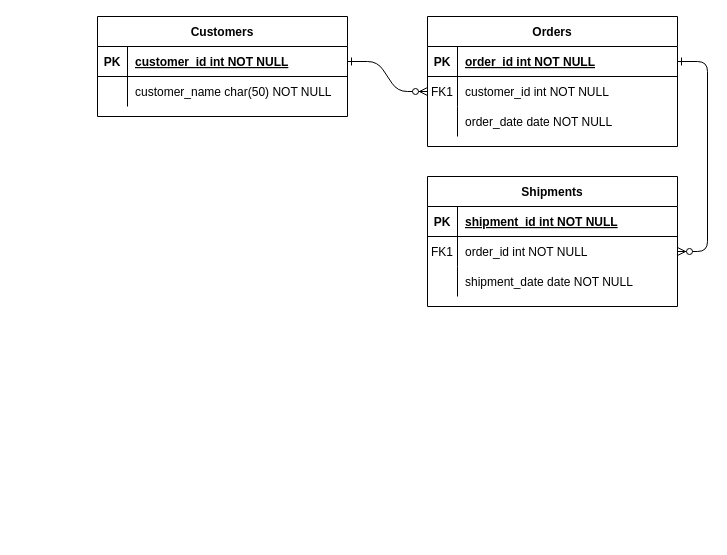
Before: draw.io/Untitled Diagram.drawio in mikaeletha/segundo_periodo_2022, a draw.io diagram. Source tidied: cells renumbered, new cells numbered last; positions are measured from the earlier drawing's top-left corner, leaving out a move shared by most shapes. Both pictures are drawn from the tidied source at 100%, with x=0, y=0 at pixel (97, 16).
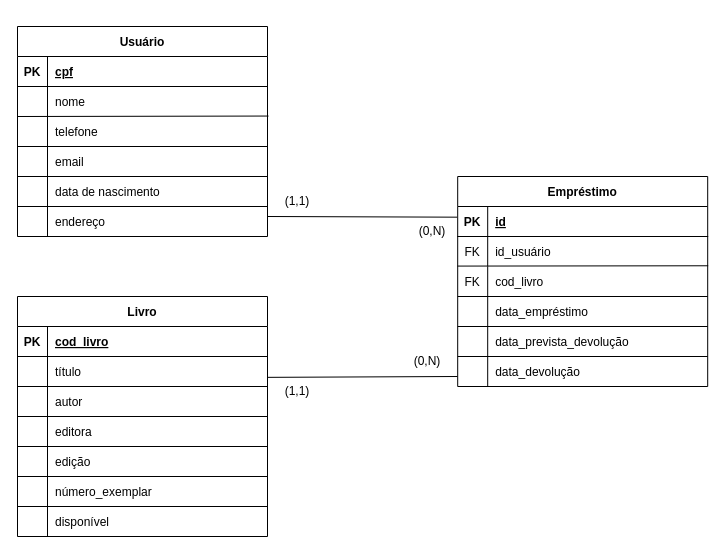
After the change.

The change refers to these unchanged cells:
```xml
<mxCell id="5" style="shape=partialRectangle;fillColor=none;points=[[0,0.5],[1,0.5]];portConstraint=eastwest;top=0;left=0;right=0;bottom=1;" parent="4" vertex="1">
  <mxGeometry y="30" width="250" height="30" as="geometry" />
</mxCell>
<mxCell id="8" style="shape=partialRectangle;fillColor=none;points=[[0,0.5],[1,0.5]];portConstraint=eastwest;top=0;left=0;right=0;bottom=0;" parent="4" vertex="1">
  <mxGeometry y="60" width="250" height="30" as="geometry" />
</mxCell>
<mxCell id="15" style="shape=partialRectangle;fillColor=none;top=0;left=0;right=0;bottom=1;" parent="14" vertex="1">
  <mxGeometry y="30" width="250" height="30" as="geometry" />
</mxCell>
<mxCell id="18" style="shape=partialRectangle;fillColor=none;points=[[0,0.5],[1,0.5]];portConstraint=eastwest;top=0;left=0;right=0;bottom=0;" parent="14" vertex="1">
  <mxGeometry y="60" width="250" height="30" as="geometry" />
</mxCell>
<mxCell id="25" style="shape=partialRectangle;fillColor=none;points=[[0,0.5],[1,0.5]];portConstraint=eastwest;top=0;left=0;right=0;bottom=1;" parent="24" vertex="1">
  <mxGeometry y="30" width="250" height="30" as="geometry" />
</mxCell>
<mxCell id="28" style="shape=partialRectangle;fillColor=none;points=[[0,0.5],[1,0.5]];portConstraint=eastwest;top=0;left=0;right=0;bottom=0;" parent="24" vertex="1">
  <mxGeometry y="60" width="250" height="30" as="geometry" />
</mxCell>
```

Change to the diagram source:
```diff
@@
-    <mxCell id="2" style="edgeStyle=entityRelationEdgeStyle;endArrow=ERzeroToMany;startArrow=ERone;endFill=1;startFill=0;" parent="1" edge="1" source="25" target="8">
-      <mxGeometry relative="1" as="geometry" />
-    </mxCell>
-    <mxCell id="3" style="edgeStyle=entityRelationEdgeStyle;endArrow=ERzeroToMany;startArrow=ERone;endFill=1;startFill=0;" parent="1" edge="1" source="5" target="18">
-      <mxGeometry relative="1" as="geometry" />
-    </mxCell>
-    <mxCell id="4" value="Orders" style="shape=table;startSize=30;childLayout=tableLayout;rowLines=0;fontStyle=1;align=center;" parent="1" vertex="1">
-      <mxGeometry x="330" width="250" height="130" as="geometry" />
+    <mxCell id="4" value="Empréstimo" style="shape=table;startSize=30;childLayout=tableLayout;rowLines=0;fontStyle=1;align=center;" parent="1" vertex="1">
+      <mxGeometry x="360.2" y="160" width="250" height="210" as="geometry" />
     </mxCell>
@@
-    <mxCell id="7" value="order_id int NOT NULL " style="shape=partialRectangle;overflow=hidden;fillColor=none;top=0;left=0;bottom=0;right=0;align=left;spacingLeft=6;fontStyle=5;" parent="5" vertex="1">
+    <mxCell id="7" value="id" style="shape=partialRectangle;overflow=hidden;fillColor=none;top=0;left=0;bottom=0;right=0;align=left;spacingLeft=6;fontStyle=5;" parent="5" vertex="1">
       <mxGeometry x="30" width="220" height="30" as="geometry" />
     </mxCell>
@@
-    <mxCell id="9" value="FK1" style="shape=partialRectangle;overflow=hidden;fillColor=none;top=0;left=0;bottom=0;right=0;" parent="8" vertex="1">
+    <mxCell id="9" value="FK" style="shape=partialRectangle;overflow=hidden;fillColor=none;top=0;left=0;bottom=0;right=0;" parent="8" vertex="1">
       <mxGeometry width="30" height="30" as="geometry" />
     </mxCell>
-    <mxCell id="10" value="customer_id int NOT NULL" style="shape=partialRectangle;overflow=hidden;fillColor=none;top=0;left=0;bottom=0;right=0;align=left;spacingLeft=6;" parent="8" vertex="1">
+    <mxCell id="10" value="id_usuário" style="shape=partialRectangle;overflow=hidden;fillColor=none;top=0;left=0;bottom=0;right=0;align=left;spacingLeft=6;" parent="8" vertex="1">
       <mxGeometry x="30" width="220" height="30" as="geometry" />
     </mxCell>
-    <mxCell id="11" style="shape=partialRectangle;fillColor=none;top=0;left=0;right=0;bottom=0;" parent="4" vertex="1">
-      <mxGeometry y="90" width="250" height="30" as="geometry" />
-    </mxCell>
-    <mxCell id="12" style="shape=partialRectangle;overflow=hidden;fillColor=none;top=0;left=0;bottom=0;right=0;" parent="11" vertex="1">
-      <mxGeometry width="30" height="30" as="geometry" />
-    </mxCell>
-    <mxCell id="13" value="order_date date NOT NULL" style="shape=partialRectangle;overflow=hidden;fillColor=none;top=0;left=0;bottom=0;right=0;align=left;spacingLeft=6;" parent="11" vertex="1">
-      <mxGeometry x="30" width="220" height="30" as="geometry" />
-    </mxCell>
+    <mxCell id="31" style="endArrow=none;html=1;rounded=0;entryX=1.002;entryY=0.976;entryDx=0;entryDy=0;entryPerimeter=0;exitX=-0.001;exitY=0.986;exitDx=0;exitDy=0;exitPerimeter=0;" parent="4" edge="1" source="8" target="8">
+      <mxGeometry relative="1" as="geometry" />
+    </mxCell>
-    <mxCell id="14" value="Shipments" style="shape=table;startSize=30;childLayout=tableLayout;rowLines=0;fontStyle=1;align=center;" parent="1" vertex="1">
-      <mxGeometry x="330" y="160" width="250" height="130" as="geometry" />
+    <mxCell id="14" value="Livro" style="shape=table;startSize=30;childLayout=tableLayout;rowLines=0;fontStyle=1;align=center;" parent="1" vertex="1">
+      <mxGeometry x="-80" y="280" width="250" height="240" as="geometry" />
     </mxCell>
@@
-    <mxCell id="17" value="shipment_id int NOT NULL " style="shape=partialRectangle;overflow=hidden;fillColor=none;top=0;left=0;bottom=0;right=0;align=left;spacingLeft=6;fontStyle=5;" parent="15" vertex="1">
+    <mxCell id="17" value="cod_livro" style="shape=partialRectangle;overflow=hidden;fillColor=none;top=0;left=0;bottom=0;right=0;align=left;spacingLeft=6;fontStyle=5;" parent="15" vertex="1">
       <mxGeometry x="30" width="220" height="30" as="geometry" />
     </mxCell>
@@
-    <mxCell id="19" value="FK1" style="shape=partialRectangle;overflow=hidden;fillColor=none;top=0;left=0;bottom=0;right=0;" parent="18" vertex="1">
+    <mxCell id="19" style="shape=partialRectangle;overflow=hidden;fillColor=none;top=0;left=0;bottom=0;right=0;" parent="18" vertex="1">
       <mxGeometry width="30" height="30" as="geometry" />
     </mxCell>
-    <mxCell id="20" value="order_id int NOT NULL" style="shape=partialRectangle;overflow=hidden;fillColor=none;top=0;left=0;bottom=0;right=0;align=left;spacingLeft=6;" parent="18" vertex="1">
+    <mxCell id="20" value="título" style="shape=partialRectangle;overflow=hidden;fillColor=none;top=0;left=0;bottom=0;right=0;align=left;spacingLeft=6;" parent="18" vertex="1">
       <mxGeometry x="30" width="220" height="30" as="geometry" />
     </mxCell>
-    <mxCell id="21" style="shape=partialRectangle;fillColor=none;top=0;left=0;right=0;bottom=0;" parent="14" vertex="1">
-      <mxGeometry y="90" width="250" height="30" as="geometry" />
-    </mxCell>
-    <mxCell id="22" style="shape=partialRectangle;overflow=hidden;fillColor=none;top=0;left=0;bottom=0;right=0;" parent="21" vertex="1">
-      <mxGeometry width="30" height="30" as="geometry" />
-    </mxCell>
-    <mxCell id="23" value="shipment_date date NOT NULL" style="shape=partialRectangle;overflow=hidden;fillColor=none;top=0;left=0;bottom=0;right=0;align=left;spacingLeft=6;" parent="21" vertex="1">
-      <mxGeometry x="30" width="220" height="30" as="geometry" />
-    </mxCell>
+    <mxCell id="32" style="endArrow=none;html=1;rounded=0;exitX=0;exitY=1;exitDx=0;exitDy=0;exitPerimeter=0;" parent="14" edge="1" source="18">
+      <mxGeometry relative="1" as="geometry">
+        <mxPoint x="250" y="90" as="targetPoint" />
+      </mxGeometry>
+    </mxCell>
-    <mxCell id="24" value="Customers" style="shape=table;startSize=30;childLayout=tableLayout;rowLines=0;fontStyle=1;align=center;" parent="1" vertex="1">
-      <mxGeometry width="250" height="100" as="geometry" />
+    <mxCell id="24" value="Usuário" style="shape=table;startSize=30;childLayout=tableLayout;rowLines=0;fontStyle=1;align=center;" parent="1" vertex="1">
+      <mxGeometry x="-80" y="10" width="250" height="210" as="geometry" />
     </mxCell>
@@
-    <mxCell id="27" value="customer_id int NOT NULL " style="shape=partialRectangle;overflow=hidden;fillColor=none;top=0;left=0;bottom=0;right=0;align=left;spacingLeft=6;fontStyle=5;" parent="25" vertex="1">
+    <mxCell id="27" value="cpf" style="shape=partialRectangle;overflow=hidden;fillColor=none;top=0;left=0;bottom=0;right=0;align=left;spacingLeft=6;fontStyle=5;" parent="25" vertex="1">
       <mxGeometry x="30" width="220" height="30" as="geometry" />
     </mxCell>
@@
-    <mxCell id="30" value="customer_name char(50) NOT NULL" style="shape=partialRectangle;overflow=hidden;fillColor=none;top=0;left=0;bottom=0;right=0;align=left;spacingLeft=6;" parent="28" vertex="1">
+    <mxCell id="30" value="nome" style="shape=partialRectangle;overflow=hidden;fillColor=none;top=0;left=0;bottom=0;right=0;align=left;spacingLeft=6;" parent="28" vertex="1">
       <mxGeometry x="30" width="220" height="30" as="geometry" />
     </mxCell>
+    <mxCell id="33" style="endArrow=none;html=1;rounded=0;entryX=1.004;entryY=0.985;entryDx=0;entryDy=0;entryPerimeter=0;" parent="24" edge="1" target="28">
+      <mxGeometry relative="1" as="geometry">
+        <mxPoint y="90" as="sourcePoint" />
+      </mxGeometry>
+    </mxCell>
+    <mxCell id="34" style="shape=partialRectangle;overflow=hidden;fillColor=none;top=0;left=0;bottom=0;right=0;" parent="1" vertex="1">
+      <mxGeometry x="-80" y="100" width="30" height="30" as="geometry" />
+    </mxCell>
+    <mxCell id="35" value="telefone" style="shape=partialRectangle;overflow=hidden;fillColor=none;top=0;left=0;bottom=0;right=0;align=left;spacingLeft=6;" parent="1" vertex="1">
+      <mxGeometry x="-50" y="100" width="220" height="30" as="geometry" />
+    </mxCell>
+    <mxCell id="36" style="endArrow=none;html=1;rounded=0;" parent="1" edge="1">
+      <mxGeometry relative="1" as="geometry">
+        <mxPoint x="-80" y="130" as="sourcePoint" />
+        <mxPoint x="170" y="130" as="targetPoint" />
+      </mxGeometry>
+    </mxCell>
+    <mxCell id="37" value="email" style="shape=partialRectangle;overflow=hidden;fillColor=none;top=0;left=0;bottom=0;right=0;align=left;spacingLeft=6;" parent="1" vertex="1">
+      <mxGeometry x="-50" y="130" width="220" height="30" as="geometry" />
+    </mxCell>
+    <mxCell id="38" style="endArrow=none;html=1;rounded=0;" parent="1" edge="1">
+      <mxGeometry relative="1" as="geometry">
+        <mxPoint x="-80" y="160" as="sourcePoint" />
+        <mxPoint x="170" y="160" as="targetPoint" />
+      </mxGeometry>
+    </mxCell>
+    <mxCell id="39" value="data de nascimento" style="shape=partialRectangle;overflow=hidden;fillColor=none;top=0;left=0;bottom=0;right=0;align=left;spacingLeft=6;" parent="1" vertex="1">
+      <mxGeometry x="-50" y="160" width="220" height="30" as="geometry" />
+    </mxCell>
+    <mxCell id="40" style="endArrow=none;html=1;rounded=0;" parent="1" edge="1">
+      <mxGeometry relative="1" as="geometry">
+        <mxPoint x="-80" y="190" as="sourcePoint" />
+        <mxPoint x="170" y="190" as="targetPoint" />
+      </mxGeometry>
+    </mxCell>
+    <mxCell id="41" value="endereço" style="shape=partialRectangle;overflow=hidden;fillColor=none;top=0;left=0;bottom=0;right=0;align=left;spacingLeft=6;" parent="1" vertex="1">
+      <mxGeometry x="-50" y="190" width="220" height="30" as="geometry" />
+    </mxCell>
+    <mxCell id="42" style="endArrow=none;html=1;rounded=0;" parent="1" edge="1">
+      <mxGeometry relative="1" as="geometry">
+        <mxPoint x="-50" y="220" as="sourcePoint" />
+        <mxPoint x="-50" y="100" as="targetPoint" />
+      </mxGeometry>
+    </mxCell>
+    <mxCell id="43" style="shape=partialRectangle;overflow=hidden;fillColor=none;top=0;left=0;bottom=0;right=0;fontStyle=1;" parent="1" vertex="1">
+      <mxGeometry x="-80" y="130" width="30" height="30" as="geometry" />
+    </mxCell>
+    <mxCell id="44" style="shape=partialRectangle;overflow=hidden;fillColor=none;top=0;left=0;bottom=0;right=0;fontStyle=1;" parent="1" vertex="1">
+      <mxGeometry x="-80" y="160" width="30" height="30" as="geometry" />
+    </mxCell>
+    <mxCell id="45" value="cod_livro" style="shape=partialRectangle;overflow=hidden;fillColor=none;top=0;left=0;bottom=0;right=0;align=left;spacingLeft=6;" parent="1" vertex="1">
+      <mxGeometry x="390.2" y="250" width="220" height="30" as="geometry" />
+    </mxCell>
+    <mxCell id="46" value="FK" style="shape=partialRectangle;overflow=hidden;fillColor=none;top=0;left=0;bottom=0;right=0;" parent="1" vertex="1">
+      <mxGeometry x="360.2" y="250" width="30" height="30" as="geometry" />
+    </mxCell>
+    <mxCell id="47" style="endArrow=none;html=1;rounded=0;" parent="1" edge="1">
+      <mxGeometry relative="1" as="geometry">
+        <mxPoint x="360.2" y="280" as="sourcePoint" />
+        <mxPoint x="610.2" y="280" as="targetPoint" />
+      </mxGeometry>
+    </mxCell>
+    <mxCell id="48" value="data_empréstimo" style="shape=partialRectangle;overflow=hidden;fillColor=none;top=0;left=0;bottom=0;right=0;align=left;spacingLeft=6;" parent="1" vertex="1">
+      <mxGeometry x="390.2" y="280" width="220" height="30" as="geometry" />
+    </mxCell>
+    <mxCell id="49" style="endArrow=none;html=1;rounded=0;" parent="1" edge="1">
+      <mxGeometry relative="1" as="geometry">
+        <mxPoint x="360.2" y="310" as="sourcePoint" />
+        <mxPoint x="610.2" y="310" as="targetPoint" />
+      </mxGeometry>
+    </mxCell>
+    <mxCell id="50" value="data_prevista_devolução" style="shape=partialRectangle;overflow=hidden;fillColor=none;top=0;left=0;bottom=0;right=0;align=left;spacingLeft=6;" parent="1" vertex="1">
+      <mxGeometry x="390.2" y="310" width="220" height="30" as="geometry" />
+    </mxCell>
+    <mxCell id="51" style="endArrow=none;html=1;rounded=0;" parent="1" edge="1">
+      <mxGeometry relative="1" as="geometry">
+        <mxPoint x="360.2" y="340" as="sourcePoint" />
+        <mxPoint x="610.2" y="340" as="targetPoint" />
+      </mxGeometry>
+    </mxCell>
+    <mxCell id="52" value="data_devolução" style="shape=partialRectangle;overflow=hidden;fillColor=none;top=0;left=0;bottom=0;right=0;align=left;spacingLeft=6;" parent="1" vertex="1">
+      <mxGeometry x="390.2" y="340" width="220" height="30" as="geometry" />
+    </mxCell>
+    <mxCell id="53" style="endArrow=none;html=1;rounded=0;" parent="1" edge="1">
+      <mxGeometry relative="1" as="geometry">
+        <mxPoint x="390.2" y="370" as="sourcePoint" />
+        <mxPoint x="390.2" y="250" as="targetPoint" />
+      </mxGeometry>
+    </mxCell>
+    <mxCell id="54" value="autor" style="shape=partialRectangle;overflow=hidden;fillColor=none;top=0;left=0;bottom=0;right=0;align=left;spacingLeft=6;" parent="1" vertex="1">
+      <mxGeometry x="-50" y="370" width="220" height="30" as="geometry" />
+    </mxCell>
+    <mxCell id="55" style="endArrow=none;html=1;rounded=0;" parent="1" edge="1">
+      <mxGeometry relative="1" as="geometry">
+        <mxPoint x="-80" y="400" as="sourcePoint" />
+        <mxPoint x="170" y="400" as="targetPoint" />
+      </mxGeometry>
+    </mxCell>
+    <mxCell id="56" value="editora" style="shape=partialRectangle;overflow=hidden;fillColor=none;top=0;left=0;bottom=0;right=0;align=left;spacingLeft=6;" parent="1" vertex="1">
+      <mxGeometry x="-50" y="400" width="220" height="30" as="geometry" />
+    </mxCell>
+    <mxCell id="57" style="endArrow=none;html=1;rounded=0;" parent="1" edge="1">
+      <mxGeometry relative="1" as="geometry">
+        <mxPoint x="-80" y="430" as="sourcePoint" />
+        <mxPoint x="170" y="430" as="targetPoint" />
+      </mxGeometry>
+    </mxCell>
+    <mxCell id="58" value="edição" style="shape=partialRectangle;overflow=hidden;fillColor=none;top=0;left=0;bottom=0;right=0;align=left;spacingLeft=6;" parent="1" vertex="1">
+      <mxGeometry x="-50" y="430" width="220" height="30" as="geometry" />
+    </mxCell>
+    <mxCell id="59" style="endArrow=none;html=1;rounded=0;" parent="1" edge="1">
+      <mxGeometry relative="1" as="geometry">
+        <mxPoint x="-80" y="460" as="sourcePoint" />
+        <mxPoint x="170" y="460" as="targetPoint" />
+      </mxGeometry>
+    </mxCell>
+    <mxCell id="60" value="número_exemplar" style="shape=partialRectangle;overflow=hidden;fillColor=none;top=0;left=0;bottom=0;right=0;align=left;spacingLeft=6;" parent="1" vertex="1">
+      <mxGeometry x="-50" y="460" width="220" height="30" as="geometry" />
+    </mxCell>
+    <mxCell id="61" style="endArrow=none;html=1;rounded=0;" parent="1" edge="1">
+      <mxGeometry relative="1" as="geometry">
+        <mxPoint x="-80" y="490" as="sourcePoint" />
+        <mxPoint x="170" y="490" as="targetPoint" />
+      </mxGeometry>
+    </mxCell>
+    <mxCell id="62" value="disponível" style="shape=partialRectangle;overflow=hidden;fillColor=none;top=0;left=0;bottom=0;right=0;align=left;spacingLeft=6;" parent="1" vertex="1">
+      <mxGeometry x="-50" y="490" width="220" height="30" as="geometry" />
+    </mxCell>
+    <mxCell id="63" style="endArrow=none;html=1;rounded=0;" parent="1" edge="1">
+      <mxGeometry relative="1" as="geometry">
+        <mxPoint x="-50" y="520" as="sourcePoint" />
+        <mxPoint x="-50" y="370" as="targetPoint" />
+      </mxGeometry>
+    </mxCell>
+    <mxCell id="64" style="endArrow=none;html=1;rounded=0;entryX=-0.002;entryY=0.356;entryDx=0;entryDy=0;entryPerimeter=0;" parent="1" edge="1" target="5">
+      <mxGeometry relative="1" as="geometry">
+        <mxPoint x="170" y="200" as="sourcePoint" />
+      </mxGeometry>
+    </mxCell>
+    <mxCell id="65" value="(0,N)" style="text;html=1;strokeColor=none;fillColor=none;align=center;verticalAlign=middle;whiteSpace=wrap;rounded=0;" parent="1" vertex="1">
+      <mxGeometry x="305" y="200" width="60" height="30" as="geometry" />
+    </mxCell>
+    <mxCell id="66" value="(1,1)" style="text;html=1;strokeColor=none;fillColor=none;align=center;verticalAlign=middle;whiteSpace=wrap;rounded=0;" parent="1" vertex="1">
+      <mxGeometry x="170" y="170" width="60" height="30" as="geometry" />
+    </mxCell>
+    <mxCell id="67" style="endArrow=none;html=1;rounded=0;exitX=1.002;exitY=0.695;exitDx=0;exitDy=0;exitPerimeter=0;" parent="1" edge="1" source="18">
+      <mxGeometry relative="1" as="geometry">
+        <mxPoint x="360" y="360" as="targetPoint" />
+      </mxGeometry>
+    </mxCell>
+    <mxCell id="68" value="(0,N)" style="text;html=1;strokeColor=none;fillColor=none;align=center;verticalAlign=middle;whiteSpace=wrap;rounded=0;" parent="1" vertex="1">
+      <mxGeometry x="300.2" y="330" width="60" height="30" as="geometry" />
+    </mxCell>
+    <mxCell id="69" value="(1,1)" style="text;html=1;strokeColor=none;fillColor=none;align=center;verticalAlign=middle;whiteSpace=wrap;rounded=0;" parent="1" vertex="1">
+      <mxGeometry x="170" y="360" width="60" height="30" as="geometry" />
+    </mxCell>
```
